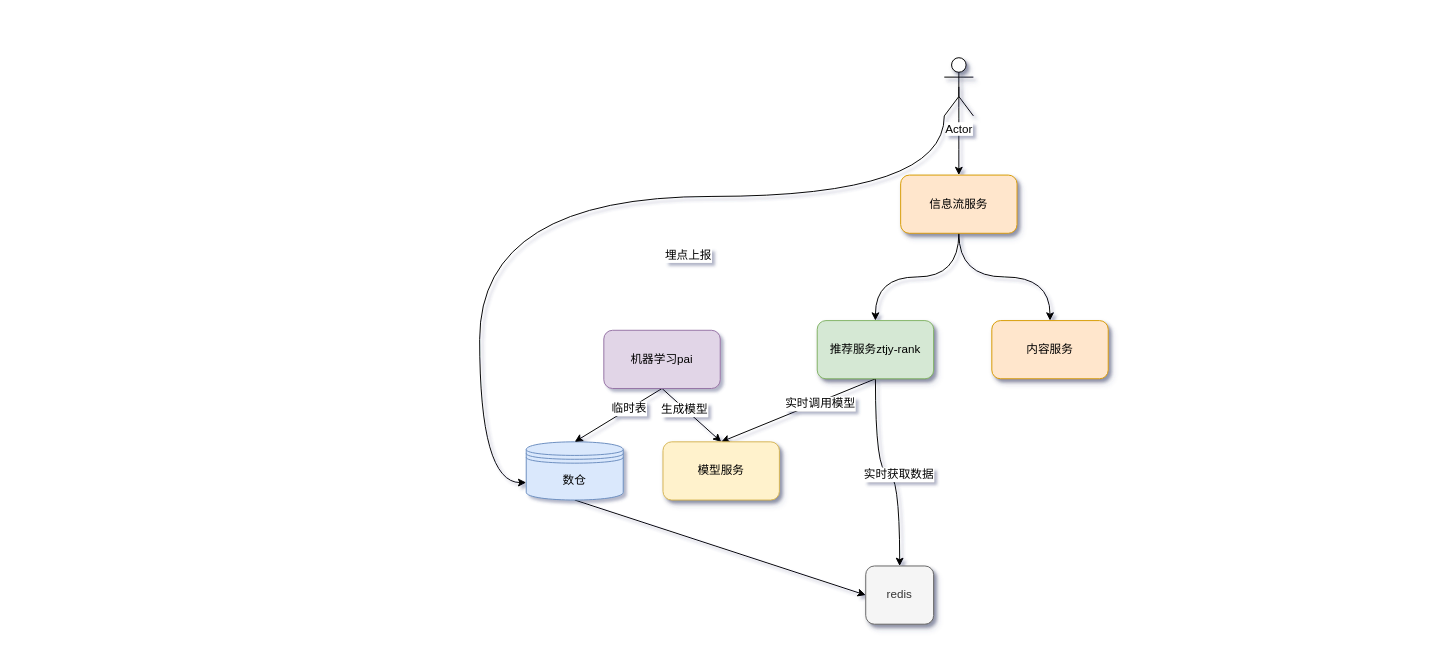
This is 推荐系统-架构图.drawio from wangjie5540/drawio, a draw.io file, before an edit. Source tidied: cells renumbered, new cells numbered last; positions are measured from the earlier drawing's top-left corner, leaving out a move shared by most shapes. Both pictures are drawn from the tidied source at 97%, with x=0, y=0 at pixel (479, 57).
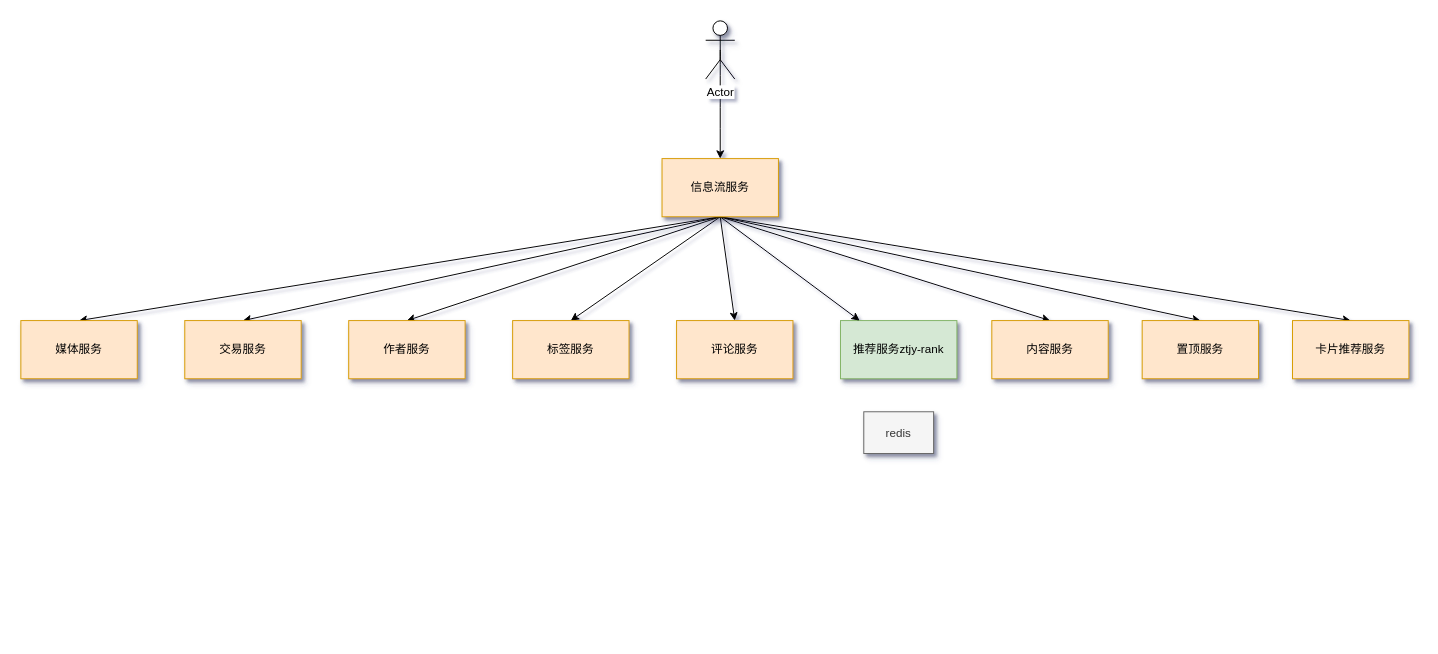
After the change.

Commit message:
Update 推荐系统-架构图.drawio

Diff of the diagram source:
```diff
@@
-    <mxCell id="2" style="edgeStyle=none;rounded=0;jettySize=auto;html=1;exitX=0.5;exitY=1;exitDx=0;exitDy=0;entryX=0;entryY=0.5;entryDx=0;entryDy=0;" parent="1" edge="1" source="3" target="9">
-      <mxGeometry relative="1" as="geometry" />
-    </mxCell>
-    <mxCell id="3" value="数仓" style="shape=datastore;whiteSpace=wrap;html=1;fillColor=#dae8fc;strokeColor=#6c8ebf;" parent="1" vertex="1">
-      <mxGeometry x="48" y="396" width="100" height="60" as="geometry" />
-    </mxCell>
-    <mxCell id="4" style="rounded=0;jettySize=auto;html=1;exitX=0.5;exitY=1;exitDx=0;exitDy=0;entryX=0.5;entryY=0;entryDx=0;entryDy=0;" parent="1" edge="1" source="8" target="3">
-      <mxGeometry relative="1" as="geometry" />
-    </mxCell>
-    <mxCell id="5" value="临时表" style="text;html=1;align=center;verticalAlign=middle;labelBackgroundColor=#ffffff;" parent="4" vertex="1">
-      <mxGeometry x="-0.24" relative="1" as="geometry" />
-    </mxCell>
-    <mxCell id="6" style="edgeStyle=none;rounded=0;jettySize=auto;html=1;exitX=0.5;exitY=1;exitDx=0;exitDy=0;entryX=0.5;entryY=0;entryDx=0;entryDy=0;" parent="1" edge="1" source="8" target="23">
-      <mxGeometry relative="1" as="geometry" />
-    </mxCell>
-    <mxCell id="7" value="生成模型" style="text;html=1;align=center;verticalAlign=middle;labelBackgroundColor=#ffffff;" parent="6" vertex="1">
-      <mxGeometry x="-0.53" relative="1" as="geometry">
-        <mxPoint x="7.9" y="8.3" as="offset" />
-      </mxGeometry>
-    </mxCell>
-    <mxCell id="8" value="机器学习pai" style="rounded=1;whiteSpace=wrap;html=1;fillColor=#e1d5e7;strokeColor=#9673a6;" parent="1" vertex="1">
-      <mxGeometry x="128" y="281" width="120" height="60" as="geometry" />
-    </mxCell>
-    <mxCell id="9" value="redis" style="rounded=1;whiteSpace=wrap;html=1;shadow=1;fillColor=#f5f5f5;strokeColor=#666666;fontColor=#333333;" parent="1" vertex="1">
-      <mxGeometry x="398" y="524" width="70" height="60" as="geometry" />
+    <mxCell id="9" value="redis" style="rounded=0;whiteSpace=wrap;html=1;shadow=1;fillColor=#f5f5f5;strokeColor=#666666;fontColor=#333333;" parent="1" vertex="1">
+      <mxGeometry x="396" y="365" width="72" height="43" as="geometry" />
     </mxCell>
-    <mxCell id="10" style="edgeStyle=orthogonalEdgeStyle;rounded=0;jettySize=auto;html=1;exitX=0.5;exitY=1;exitDx=0;exitDy=0;curved=1;" parent="1" edge="1" source="14" target="9">
-      <mxGeometry relative="1" as="geometry" />
-    </mxCell>
-    <mxCell id="11" value="实时获取数据" style="text;html=1;align=center;verticalAlign=middle;labelBackgroundColor=#ffffff;" parent="10" vertex="1">
-      <mxGeometry x="0.13" y="-2" relative="1" as="geometry" />
-    </mxCell>
-    <mxCell id="12" style="edgeStyle=none;rounded=0;jettySize=auto;html=1;exitX=0.5;exitY=1;exitDx=0;exitDy=0;entryX=0.5;entryY=0;entryDx=0;entryDy=0;" parent="1" edge="1" source="14" target="23">
-      <mxGeometry relative="1" as="geometry" />
-    </mxCell>
-    <mxCell id="13" value="实时调用模型" style="text;html=1;align=center;verticalAlign=middle;labelBackgroundColor=#ffffff;" parent="12" vertex="1">
-      <mxGeometry x="-0.27" y="2" relative="1" as="geometry" />
-    </mxCell>
-    <mxCell id="14" value="推荐服务ztjy-rank" style="rounded=1;whiteSpace=wrap;html=1;shadow=1;fillColor=#d5e8d4;strokeColor=#82b366;" parent="1" vertex="1">
-      <mxGeometry x="348" y="271" width="120" height="60" as="geometry" />
+    <mxCell id="14" value="推荐服务ztjy-rank" style="rounded=0;whiteSpace=wrap;html=1;shadow=1;fillColor=#d5e8d4;strokeColor=#82b366;" parent="1" vertex="1">
+      <mxGeometry x="372" y="271" width="120" height="60" as="geometry" />
     </mxCell>
-    <mxCell id="15" style="edgeStyle=orthogonalEdgeStyle;curved=1;rounded=0;jettySize=auto;html=1;exitX=0.5;exitY=1;exitDx=0;exitDy=0;" parent="1" edge="1" source="17" target="14">
+    <mxCell id="15" style="rounded=0;jettySize=auto;html=1;exitX=0.5;exitY=1;exitDx=0;exitDy=0;" parent="1" edge="1" source="17" target="14">
       <mxGeometry relative="1" as="geometry" />
     </mxCell>
-    <mxCell id="16" style="edgeStyle=orthogonalEdgeStyle;curved=1;rounded=0;jettySize=auto;html=1;exitX=0.5;exitY=1;exitDx=0;exitDy=0;" parent="1" edge="1" source="17" target="18">
+    <mxCell id="16" style="edgeStyle=none;rounded=0;jettySize=auto;html=1;exitX=0.5;exitY=1;exitDx=0;exitDy=0;entryX=0.5;entryY=0;entryDx=0;entryDy=0;" parent="1" edge="1" source="17" target="18">
       <mxGeometry relative="1" as="geometry" />
     </mxCell>
+    <mxCell id="24" style="edgeStyle=none;rounded=0;jettySize=auto;html=1;exitX=0.5;exitY=1;exitDx=0;exitDy=0;entryX=0.5;entryY=0;entryDx=0;entryDy=0;" parent="1" edge="1" source="17" target="31">
+      <mxGeometry relative="1" as="geometry" />
+    </mxCell>
+    <mxCell id="25" style="edgeStyle=none;rounded=0;jettySize=auto;html=1;exitX=0.5;exitY=1;exitDx=0;exitDy=0;entryX=0.5;entryY=0;entryDx=0;entryDy=0;" parent="1" edge="1" source="17" target="32">
+      <mxGeometry relative="1" as="geometry" />
+    </mxCell>
+    <mxCell id="26" style="edgeStyle=none;rounded=0;jettySize=auto;html=1;exitX=0.5;exitY=1;exitDx=0;exitDy=0;entryX=0.5;entryY=0;entryDx=0;entryDy=0;" parent="1" edge="1" source="17" target="33">
+      <mxGeometry relative="1" as="geometry" />
+    </mxCell>
+    <mxCell id="27" style="edgeStyle=none;rounded=0;jettySize=auto;html=1;exitX=0.5;exitY=1;exitDx=0;exitDy=0;entryX=0.5;entryY=0;entryDx=0;entryDy=0;" parent="1" edge="1" source="17" target="34">
+      <mxGeometry relative="1" as="geometry" />
+    </mxCell>
+    <mxCell id="28" style="edgeStyle=none;rounded=0;jettySize=auto;html=1;exitX=0.5;exitY=1;exitDx=0;exitDy=0;entryX=0.5;entryY=0;entryDx=0;entryDy=0;" parent="1" edge="1" source="17" target="35">
+      <mxGeometry relative="1" as="geometry" />
+    </mxCell>
+    <mxCell id="29" style="edgeStyle=none;rounded=0;jettySize=auto;html=1;exitX=0.5;exitY=1;exitDx=0;exitDy=0;entryX=0.5;entryY=0;entryDx=0;entryDy=0;" parent="1" edge="1" source="17" target="36">
+      <mxGeometry relative="1" as="geometry" />
+    </mxCell>
+    <mxCell id="30" style="edgeStyle=none;rounded=0;jettySize=auto;html=1;exitX=0.5;exitY=1;exitDx=0;exitDy=0;entryX=0.5;entryY=0;entryDx=0;entryDy=0;" parent="1" edge="1" source="17" target="37">
+      <mxGeometry relative="1" as="geometry" />
+    </mxCell>
-    <mxCell id="17" value="信息流服务" style="rounded=1;whiteSpace=wrap;html=1;shadow=1;fillColor=#ffe6cc;strokeColor=#d79b00;" parent="1" vertex="1">
-      <mxGeometry x="434" y="121" width="120" height="60" as="geometry" />
+    <mxCell id="17" value="信息流服务" style="rounded=0;whiteSpace=wrap;html=1;shadow=1;fillColor=#ffe6cc;strokeColor=#d79b00;" parent="1" vertex="1">
+      <mxGeometry x="188" y="104" width="120" height="60" as="geometry" />
     </mxCell>
-    <mxCell id="18" value="内容服务" style="rounded=1;whiteSpace=wrap;html=1;shadow=1;fillColor=#ffe6cc;strokeColor=#d79b00;" parent="1" vertex="1">
+    <mxCell id="18" value="内容服务" style="rounded=0;whiteSpace=wrap;html=1;shadow=1;fillColor=#ffe6cc;strokeColor=#d79b00;" parent="1" vertex="1">
       <mxGeometry x="528" y="271" width="120" height="60" as="geometry" />
     </mxCell>
@@
-    <mxCell id="20" style="edgeStyle=orthogonalEdgeStyle;curved=1;rounded=0;jettySize=auto;html=1;exitX=0;exitY=1;exitDx=0;exitDy=0;exitPerimeter=0;entryX=0;entryY=0.7;entryDx=0;entryDy=0;" parent="1" edge="1" source="22" target="3">
-      <mxGeometry relative="1" as="geometry">
-        <Array as="points">
-          <mxPoint x="479" y="143" />
-          <mxPoint y="143" />
-          <mxPoint y="438" />
-        </Array>
-      </mxGeometry>
-    </mxCell>
-    <mxCell id="21" value="埋点上报" style="text;html=1;align=center;verticalAlign=middle;labelBackgroundColor=#ffffff;" parent="20" vertex="1">
-      <mxGeometry x="-0.23" y="60" relative="1" as="geometry" />
-    </mxCell>
     <mxCell id="22" value="Actor" style="shape=umlActor;verticalLabelPosition=bottom;labelBackgroundColor=#ffffff;verticalAlign=top;html=1;outlineConnect=0;shadow=1;" parent="1" vertex="1">
-      <mxGeometry x="479" width="30" height="60" as="geometry" />
+      <mxGeometry x="233" y="-38" width="30" height="60" as="geometry" />
     </mxCell>
-    <mxCell id="23" value="模型服务" style="rounded=1;whiteSpace=wrap;html=1;shadow=1;fillColor=#fff2cc;strokeColor=#d6b656;" parent="1" vertex="1">
-      <mxGeometry x="189" y="396" width="120" height="60" as="geometry" />
-    </mxCell>
+    <mxCell id="31" value="置顶服务" style="rounded=0;whiteSpace=wrap;html=1;shadow=1;fillColor=#ffe6cc;strokeColor=#d79b00;" parent="1" vertex="1">
+      <mxGeometry x="683" y="271" width="120" height="60" as="geometry" />
+    </mxCell>
+    <mxCell id="32" value="卡片推荐服务" style="rounded=0;whiteSpace=wrap;html=1;shadow=1;fillColor=#ffe6cc;strokeColor=#d79b00;" parent="1" vertex="1">
+      <mxGeometry x="838" y="271" width="120" height="60" as="geometry" />
+    </mxCell>
+    <mxCell id="33" value="评论服务" style="rounded=0;whiteSpace=wrap;html=1;shadow=1;fillColor=#ffe6cc;strokeColor=#d79b00;" parent="1" vertex="1">
+      <mxGeometry x="203" y="271" width="120" height="60" as="geometry" />
+    </mxCell>
+    <mxCell id="34" value="标签服务" style="rounded=0;whiteSpace=wrap;html=1;shadow=1;fillColor=#ffe6cc;strokeColor=#d79b00;" parent="1" vertex="1">
+      <mxGeometry x="34" y="271" width="120" height="60" as="geometry" />
+    </mxCell>
+    <mxCell id="35" value="作者服务" style="rounded=0;whiteSpace=wrap;html=1;shadow=1;fillColor=#ffe6cc;strokeColor=#d79b00;" parent="1" vertex="1">
+      <mxGeometry x="-135" y="271" width="120" height="60" as="geometry" />
+    </mxCell>
+    <mxCell id="36" value="交易服务" style="rounded=0;whiteSpace=wrap;html=1;shadow=1;fillColor=#ffe6cc;strokeColor=#d79b00;" parent="1" vertex="1">
+      <mxGeometry x="-304" y="271" width="120" height="60" as="geometry" />
+    </mxCell>
+    <mxCell id="37" value="媒体服务" style="rounded=0;whiteSpace=wrap;html=1;shadow=1;fillColor=#ffe6cc;strokeColor=#d79b00;" parent="1" vertex="1">
+      <mxGeometry x="-473" y="271" width="120" height="60" as="geometry" />
+    </mxCell>
```
